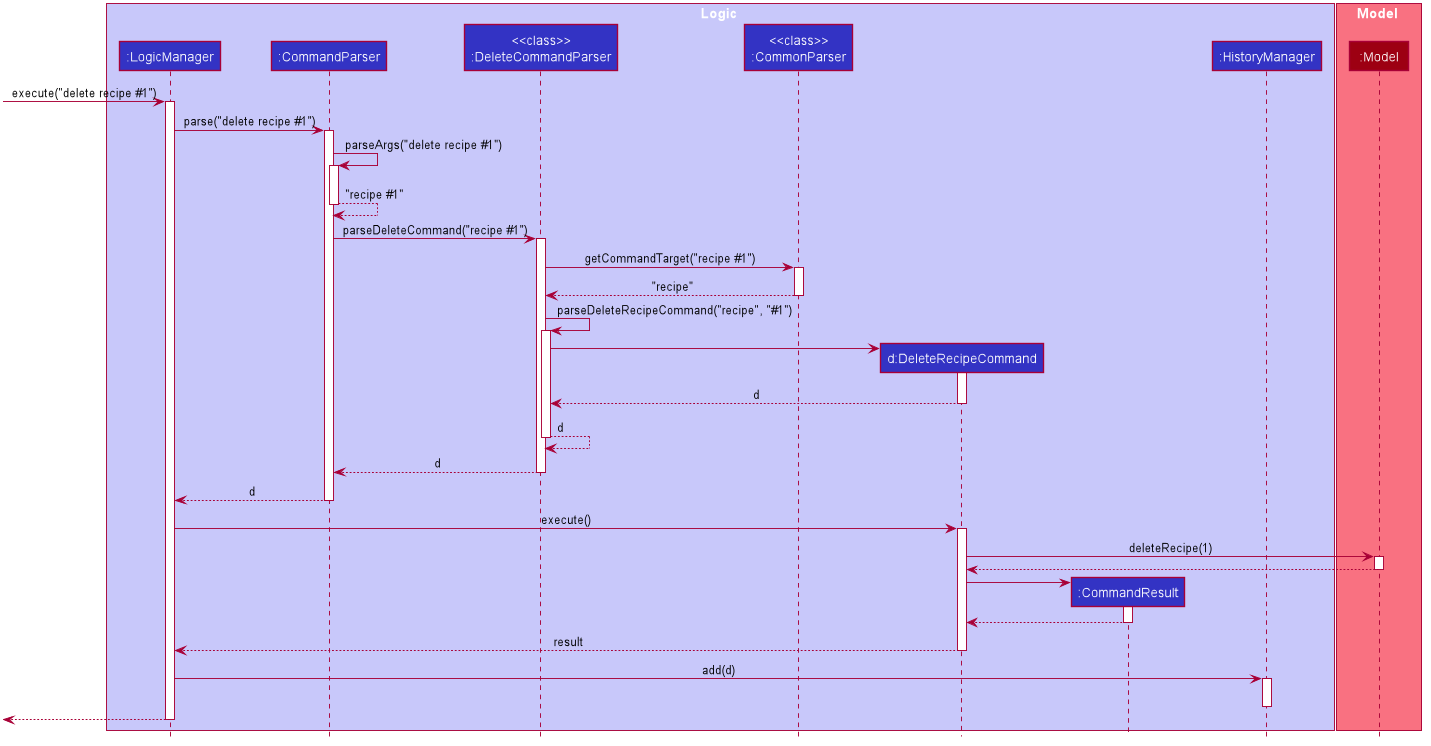
Before: docs/images/DeleteSequenceDiagram.png, a diagram exported from PlantUML (nus-cs2103-AY2021S1/tp).
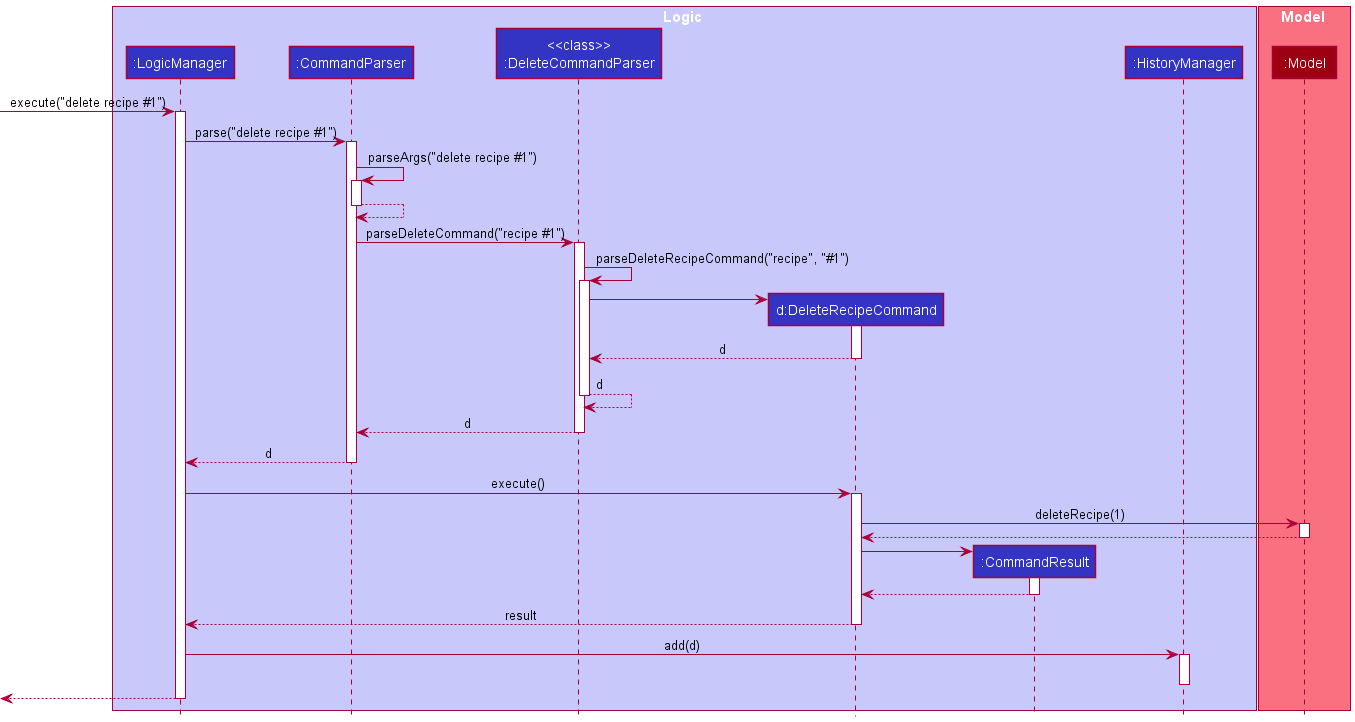
The same diagram one commit later.

Diff of the diagram source:
```diff
@@ -1,65 +1,17 @@
 @startuml
+!include style.puml
 
-
-
-
-
-
-
-
-skinparam BackgroundColor #FFFFFFF
-
-skinparam Shadowing false
-
-skinparam Class {
-    FontColor #FFFFFF
-    BorderThickness 1
-    BorderColor #FFFFFF
-    StereotypeFontColor #FFFFFF
-    FontName Arial
-}
-
-skinparam Actor {
-    BorderColor #000000
-    Color #000000
-    FontName Arial
-}
-
-skinparam Sequence {
-    MessageAlign center
-    BoxFontSize 15
-    BoxPadding 0
-    BoxFontColor #FFFFFF
-    FontName Arial
-}
-
-skinparam Participant {
-    FontColor #FFFFFFF
-    Padding 20
-}
-
-skinparam MinClassWidth 50
-skinparam ParticipantPadding 10
-skinparam Shadowing false
-skinparam DefaultTextAlignment center
-skinparam packageStyle Rectangle
-
-hide footbox
-hide members
-hide circle
-
-box Logic #C8C8FA
-participant ":LogicManager" as LogicManager #3333C4
-participant ":CommandParser" as CommandParser #3333C4
-participant "<<class>>\n:DeleteCommandParser" as DeleteCommandParser #3333C4
-participant "<<class>>\n:CommonParser" as CommonParser #3333C4
-participant "d:DeleteRecipeCommand" as DeleteRecipeCommand #3333C4
-participant ":CommandResult" as CommandResult #3333C4
-participant ":HistoryManager" as HistoryManager #3333C4
+box Logic LOGIC_COLOR_T1
+participant ":LogicManager" as LogicManager LOGIC_COLOR
+participant ":CommandParser" as CommandParser LOGIC_COLOR
+participant "<<class>>\n:DeleteCommandParser" as DeleteCommandParser LOGIC_COLOR
+participant "d:DeleteRecipeCommand" as DeleteRecipeCommand LOGIC_COLOR
+participant ":CommandResult" as CommandResult LOGIC_COLOR
+participant ":HistoryManager" as HistoryManager LOGIC_COLOR
 end box
 
-box Model #F97181
-participant ":Model" as Model #9D0012
+box Model MODEL_COLOR_T1
+participant ":Model" as Model MODEL_COLOR
 end box
 
 [-> LogicManager : execute("delete recipe #1")
@@ -70,16 +22,12 @@
 
 CommandParser -> CommandParser : parseArgs("delete recipe #1")
 activate CommandParser
-CommandParser --> CommandParser : "recipe #1"
+CommandParser --> CommandParser
 deactivate CommandParser
 
 CommandParser -> DeleteCommandParser : parseDeleteCommand("recipe #1")
 activate DeleteCommandParser
 
-DeleteCommandParser -> CommonParser : getCommandTarget("recipe #1")
-activate CommonParser
-CommonParser --> DeleteCommandParser : "recipe"
-deactivate CommonParser
 
 DeleteCommandParser -> DeleteCommandParser : parseDeleteRecipeCommand("recipe", "#1")
 activate DeleteCommandParser
```
